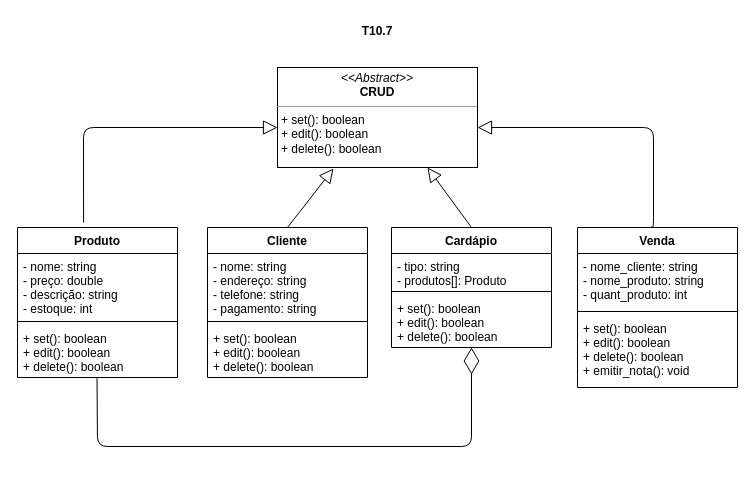
This is UML.drawio from DionVitor/oo-fga, a draw.io file, before an edit. Source tidied: cells renumbered, new cells numbered last; positions are measured from the earlier drawing's top-left corner, leaving out a move shared by most shapes. Both pictures are drawn from the tidied source at 100%, with x=0, y=0 at pixel (17, 17).
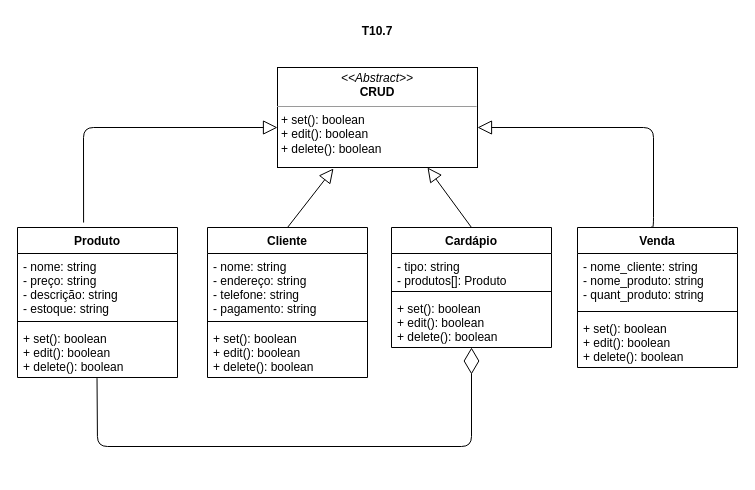
After the change.

Commit message (it also covers changes not shown here):
Atualizado o UML e o pdf de requisitos

Unchanged cells that the change refers to:
```xml
<mxCell id="3" value="Produto" style="swimlane;fontStyle=1;align=center;verticalAlign=top;horizontal=1;startSize=26;" parent="1" vertex="1">
  <mxGeometry y="210" width="160" height="150" as="geometry" />
</mxCell>
```

Change to the diagram source:
```diff
@@
-    <mxCell id="4" value="- nome: string&#10;- preço: double&#10;- descrição: string&#10;- estoque: int" style="text;strokeColor=none;fillColor=none;align=left;verticalAlign=top;spacingLeft=4;spacingRight=4;overflow=hidden;" parent="3" vertex="1">
+    <mxCell id="4" value="- nome: string&#10;- preço: string&#10;- descrição: string&#10;- estoque: string" style="text;strokeColor=none;fillColor=none;align=left;verticalAlign=top;spacingLeft=4;spacingRight=4;overflow=hidden;" parent="3" vertex="1">
       <mxGeometry y="26" width="160" height="64" as="geometry" />
     </mxCell>
@@
     <mxCell id="15" value="Venda" style="swimlane;fontStyle=1;align=center;verticalAlign=top;horizontal=1;startSize=26;" parent="1" vertex="1">
-      <mxGeometry x="560" y="210" width="160" height="160" as="geometry" />
+      <mxGeometry x="560" y="210" width="160" height="140" as="geometry" />
     </mxCell>
-    <mxCell id="16" value="- nome_cliente: string&#10;- nome_produto: string&#10;- quant_produto: int&#10;" style="text;strokeColor=none;fillColor=none;align=left;verticalAlign=top;spacingLeft=4;spacingRight=4;overflow=hidden;" parent="15" vertex="1">
+    <mxCell id="16" value="- nome_cliente: string&#10;- nome_produto: string&#10;- quant_produto: string&#10;" style="text;strokeColor=none;fillColor=none;align=left;verticalAlign=top;spacingLeft=4;spacingRight=4;overflow=hidden;" parent="15" vertex="1">
       <mxGeometry y="26" width="160" height="54" as="geometry" />
     </mxCell>
@@
-    <mxCell id="18" value="+ set(): boolean&#10;+ edit(): boolean&#10;+ delete(): boolean&#10;+ emitir_nota(): void" style="text;strokeColor=none;fillColor=none;align=left;verticalAlign=top;spacingLeft=4;spacingRight=4;overflow=hidden;" parent="15" vertex="1">
-      <mxGeometry y="88" width="160" height="72" as="geometry" />
+    <mxCell id="18" value="+ set(): boolean&#10;+ edit(): boolean&#10;+ delete(): boolean" style="text;strokeColor=none;fillColor=none;align=left;verticalAlign=top;spacingLeft=4;spacingRight=4;overflow=hidden;" parent="15" vertex="1">
+      <mxGeometry y="88" width="160" height="52" as="geometry" />
     </mxCell>
```
